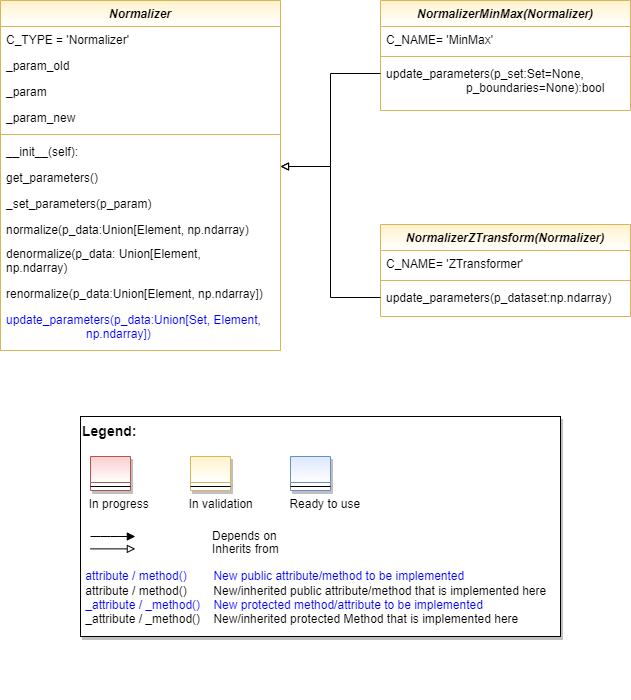
This is doc/rtd/content/append2/core/images/bf/MLPro-BF-Math-Normalizers_class_diagram.drawio.png from fhswf/MLPro, a draw.io export, as it was before one commit. Source tidied: cells renumbered, new cells last; positions are measured from the earlier drawing's top-left corner, leaving out a move shared by most shapes.
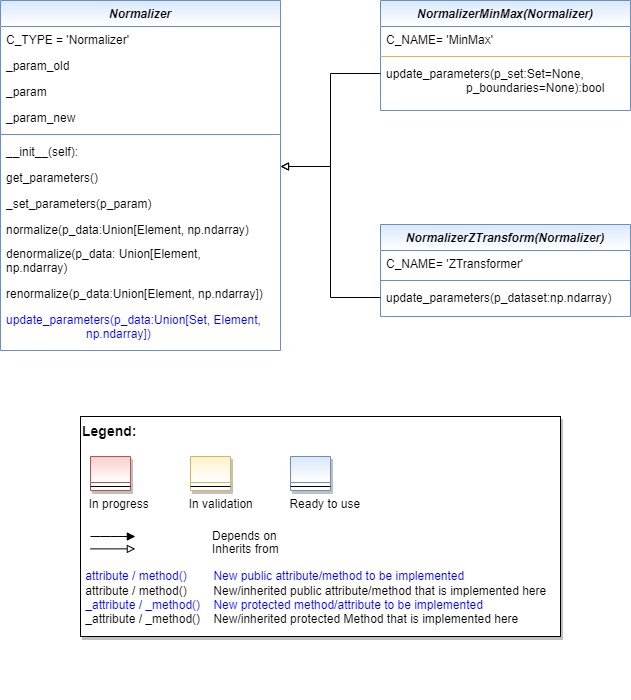
Above is the later version.

Commit message:
class dia

The edit, as a diff of the source:
```diff
@@ -2,7 +2,7 @@
   <root>
     <mxCell id="0" />
     <mxCell id="1" parent="0" />
-    <mxCell id="2" value="Normalizer" style="swimlane;fontStyle=3;align=center;verticalAlign=top;horizontal=1;startSize=26;rounded=0;shadow=0;strokeWidth=1;fillColor=#fff2cc;strokeColor=#d6b656;gradientColor=#FFFFFF;" parent="1" vertex="1">
+    <mxCell id="2" value="Normalizer" style="swimlane;fontStyle=3;align=center;verticalAlign=top;horizontal=1;startSize=26;rounded=0;shadow=0;strokeWidth=1;fillColor=#dae8fc;strokeColor=#6c8ebf;gradientColor=#FFFFFF;" parent="1" vertex="1">
       <mxGeometry width="280" height="350" as="geometry" />
     </mxCell>
     <mxCell id="3" value="C_TYPE = 'Normalizer'" style="text;align=left;verticalAlign=top;spacingLeft=4;spacingRight=4;overflow=hidden;rounded=0;shadow=0;html=0;" parent="2" vertex="1">
@@ -17,7 +17,7 @@
     <mxCell id="6" value="_param_new" style="text;align=left;verticalAlign=top;spacingLeft=4;spacingRight=4;overflow=hidden;rounded=0;shadow=0;html=0;" parent="2" vertex="1">
       <mxGeometry y="104" width="280" height="26" as="geometry" />
     </mxCell>
-    <mxCell id="7" style="line;html=1;strokeWidth=1;align=left;verticalAlign=middle;spacingTop=-1;spacingLeft=3;spacingRight=3;labelPosition=right;fillColor=#fff2cc;strokeColor=#d6b656;gradientColor=#FFFFFF;" parent="2" vertex="1">
+    <mxCell id="7" style="line;html=1;strokeWidth=1;align=left;verticalAlign=middle;spacingTop=-1;spacingLeft=3;spacingRight=3;labelPosition=right;fillColor=#dae8fc;strokeColor=#6c8ebf;gradientColor=#FFFFFF;" parent="2" vertex="1">
       <mxGeometry y="130" width="280" height="8" as="geometry" />
     </mxCell>
     <mxCell id="8" value="__init__(self):" style="text;align=left;verticalAlign=top;spacingLeft=4;spacingRight=4;overflow=hidden;" parent="2" vertex="1">
@@ -41,7 +41,7 @@
     <mxCell id="14" value="update_parameters(p_data:Union[Set, Element,                         np.ndarray])" style="text;align=left;verticalAlign=top;spacingLeft=4;spacingRight=4;overflow=hidden;fontColor=#0000FF;whiteSpace=wrap;" parent="2" vertex="1">
       <mxGeometry y="306" width="280" height="44" as="geometry" />
     </mxCell>
-    <mxCell id="15" value="NormalizerMinMax(Normalizer)" style="swimlane;fontStyle=3;align=center;verticalAlign=top;horizontal=1;startSize=26;rounded=0;shadow=0;strokeWidth=1;fillColor=#fff2cc;strokeColor=#d6b656;gradientColor=#FFFFFF;" parent="1" vertex="1">
+    <mxCell id="15" value="NormalizerMinMax(Normalizer)" style="swimlane;fontStyle=3;align=center;verticalAlign=top;horizontal=1;startSize=26;rounded=0;shadow=0;strokeWidth=1;fillColor=#dae8fc;strokeColor=#6c8ebf;gradientColor=#FFFFFF;" parent="1" vertex="1">
       <mxGeometry x="380" width="250" height="110" as="geometry" />
     </mxCell>
     <mxCell id="16" value="C_NAME= 'MinMax'" style="text;align=left;verticalAlign=top;spacingLeft=4;spacingRight=4;overflow=hidden;rounded=0;shadow=0;html=0;" parent="15" vertex="1">
@@ -63,13 +63,13 @@
         </Array>
       </mxGeometry>
     </mxCell>
-    <mxCell id="20" value="NormalizerZTransform(Normalizer)" style="swimlane;fontStyle=3;align=center;verticalAlign=top;horizontal=1;startSize=26;rounded=0;shadow=0;strokeWidth=1;fillColor=#fff2cc;strokeColor=#d6b656;gradientColor=#FFFFFF;" parent="1" vertex="1">
+    <mxCell id="20" value="NormalizerZTransform(Normalizer)" style="swimlane;fontStyle=3;align=center;verticalAlign=top;horizontal=1;startSize=26;rounded=0;shadow=0;strokeWidth=1;fillColor=#dae8fc;strokeColor=#6c8ebf;gradientColor=#FFFFFF;" parent="1" vertex="1">
       <mxGeometry x="380" y="224" width="250" height="92" as="geometry" />
     </mxCell>
     <mxCell id="21" value="C_NAME= 'ZTransformer'" style="text;align=left;verticalAlign=top;spacingLeft=4;spacingRight=4;overflow=hidden;rounded=0;shadow=0;html=0;" parent="20" vertex="1">
       <mxGeometry y="26" width="250" height="26" as="geometry" />
     </mxCell>
-    <mxCell id="22" style="line;html=1;strokeWidth=1;align=left;verticalAlign=middle;spacingTop=-1;spacingLeft=3;spacingRight=3;labelPosition=right;fillColor=#fff2cc;strokeColor=#d6b656;gradientColor=#FFFFFF;" parent="20" vertex="1">
+    <mxCell id="22" style="line;html=1;strokeWidth=1;align=left;verticalAlign=middle;spacingTop=-1;spacingLeft=3;spacingRight=3;labelPosition=right;fillColor=#dae8fc;strokeColor=#6c8ebf;gradientColor=#FFFFFF;" parent="20" vertex="1">
       <mxGeometry y="52" width="250" height="8" as="geometry" />
     </mxCell>
     <mxCell id="23" value="update_parameters(p_dataset:np.ndarray)" style="text;align=left;verticalAlign=top;spacingLeft=4;spacingRight=4;overflow=hidden;points=[[0,0.5],[1,0.5]];portConstraint=eastwest;fontColor=#000000;" parent="20" vertex="1">
```
